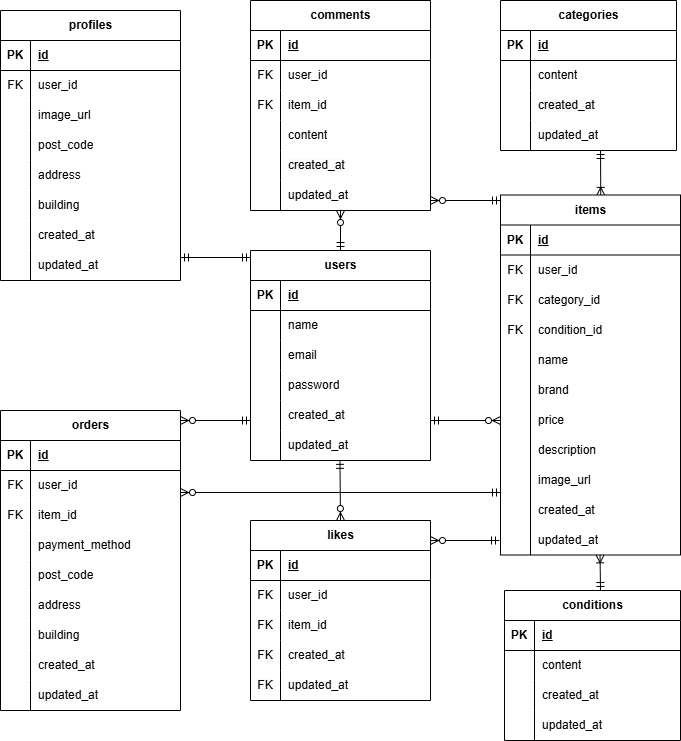
Earlier version of the draw.io export src/docs/database.drawio.png (saori2702/flea-market). Source tidied: cells renumbered, new cells last; positions are measured from the earlier drawing's top-left corner, leaving out a move shared by most shapes.
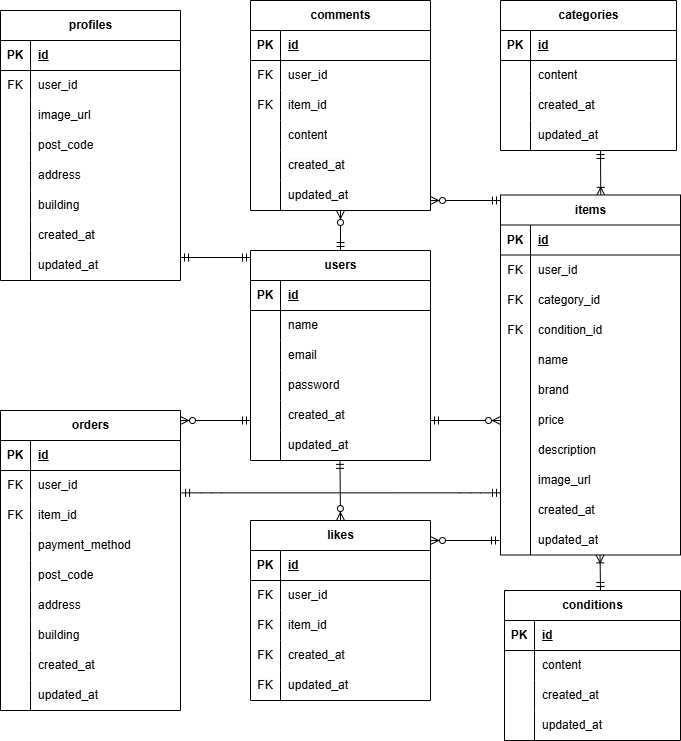
The same diagram one commit later.

Diff of the diagram source:
```diff
@@ -418,12 +418,6 @@
         <mxPoint x="340" y="210" as="targetPoint" />
       </mxGeometry>
     </mxCell>
-    <mxCell id="138" style="fontSize=12;html=1;endArrow=ERzeroToMany;startArrow=ERmandOne;" parent="1" edge="1">
-      <mxGeometry relative="1" as="geometry">
-        <mxPoint x="500" y="492" as="sourcePoint" />
-        <mxPoint x="180" y="492" as="targetPoint" />
-      </mxGeometry>
-    </mxCell>
     <mxCell id="139" style="fontSize=12;html=1;endArrow=ERzeroToMany;startArrow=ERmandOne;" parent="1" edge="1">
       <mxGeometry relative="1" as="geometry">
         <mxPoint x="500" y="200" as="sourcePoint" />
@@ -557,5 +551,12 @@
     <mxCell id="178" value="&lt;span style=&quot;color: rgb(0, 0, 0);&quot;&gt;updated_at&lt;/span&gt;" style="shape=partialRectangle;fillColor=none;top=0;left=0;bottom=0;right=0;align=left;spacingLeft=6;overflow=hidden;whiteSpace=wrap;html=1;" parent="176" vertex="1">
       <mxGeometry x="30" width="150" height="30" as="geometry" />
     </mxCell>
+    <mxCell id="179" style="edgeStyle=entityRelationEdgeStyle;fontSize=12;html=1;endArrow=ERmandOne;startArrow=ERmandOne;exitX=1.006;exitY=0.745;exitDx=0;exitDy=0;exitPerimeter=0;entryX=0;entryY=0.928;entryDx=0;entryDy=0;entryPerimeter=0;" parent="1" edge="1" source="60" target="170">
+      <mxGeometry relative="1" as="geometry">
+        <Array as="points">
+          <mxPoint x="200" y="520" />
+        </Array>
+      </mxGeometry>
+    </mxCell>
   </root>
 </mxGraphModel>
```
